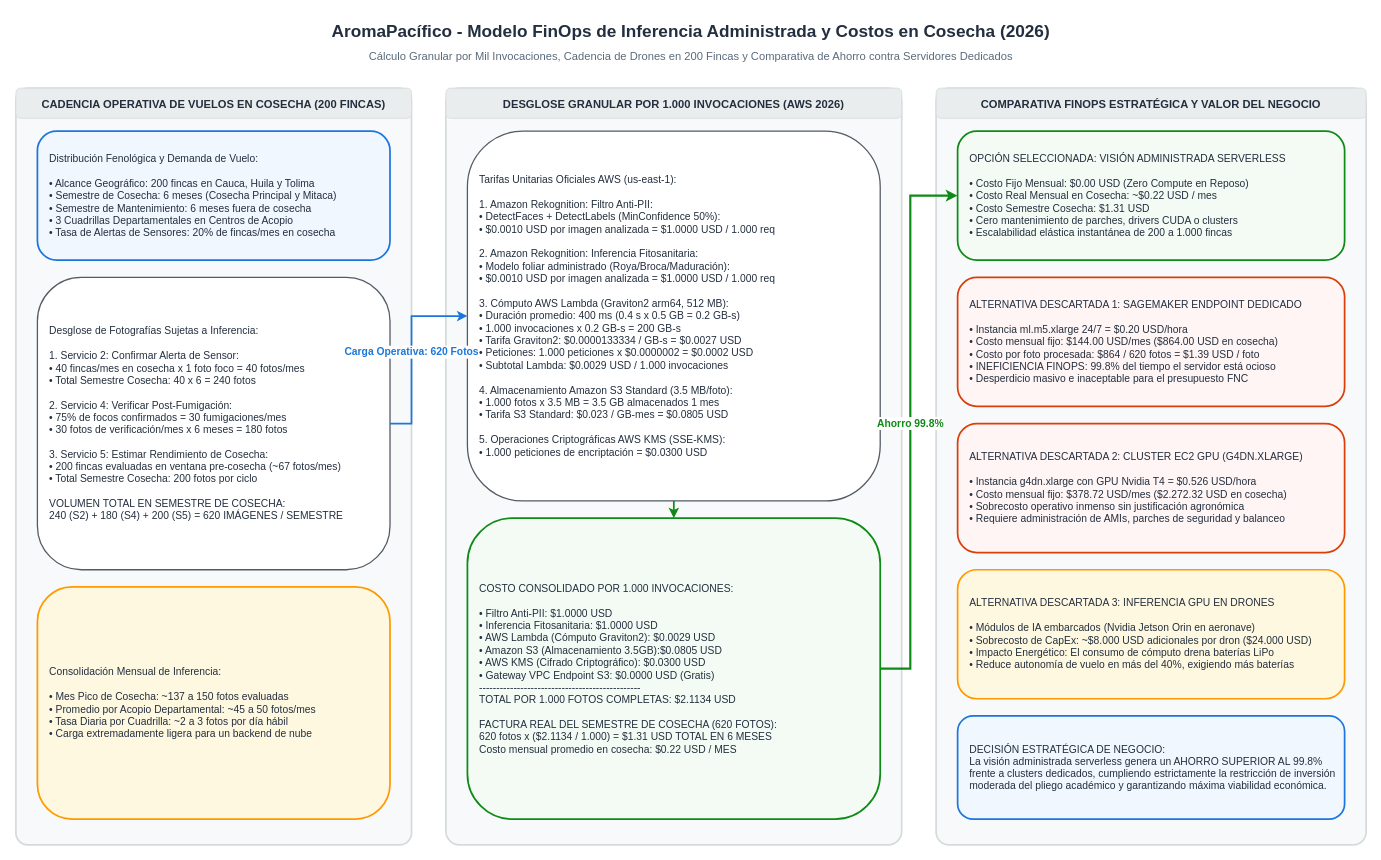
aromapacifico-platform/planning keeps this draw.io diagram as docs/architecture/diagrams/carga-e-inferencia-finops-costos.drawio. Above is the earlier version. Source tidied: cells renumbered, new cells numbered last; positions are measured from the earlier drawing's top-left corner, leaving out a move shared by most shapes. Both pictures are drawn from the tidied source at 86%, with x=0, y=0 at pixel (15, 15).
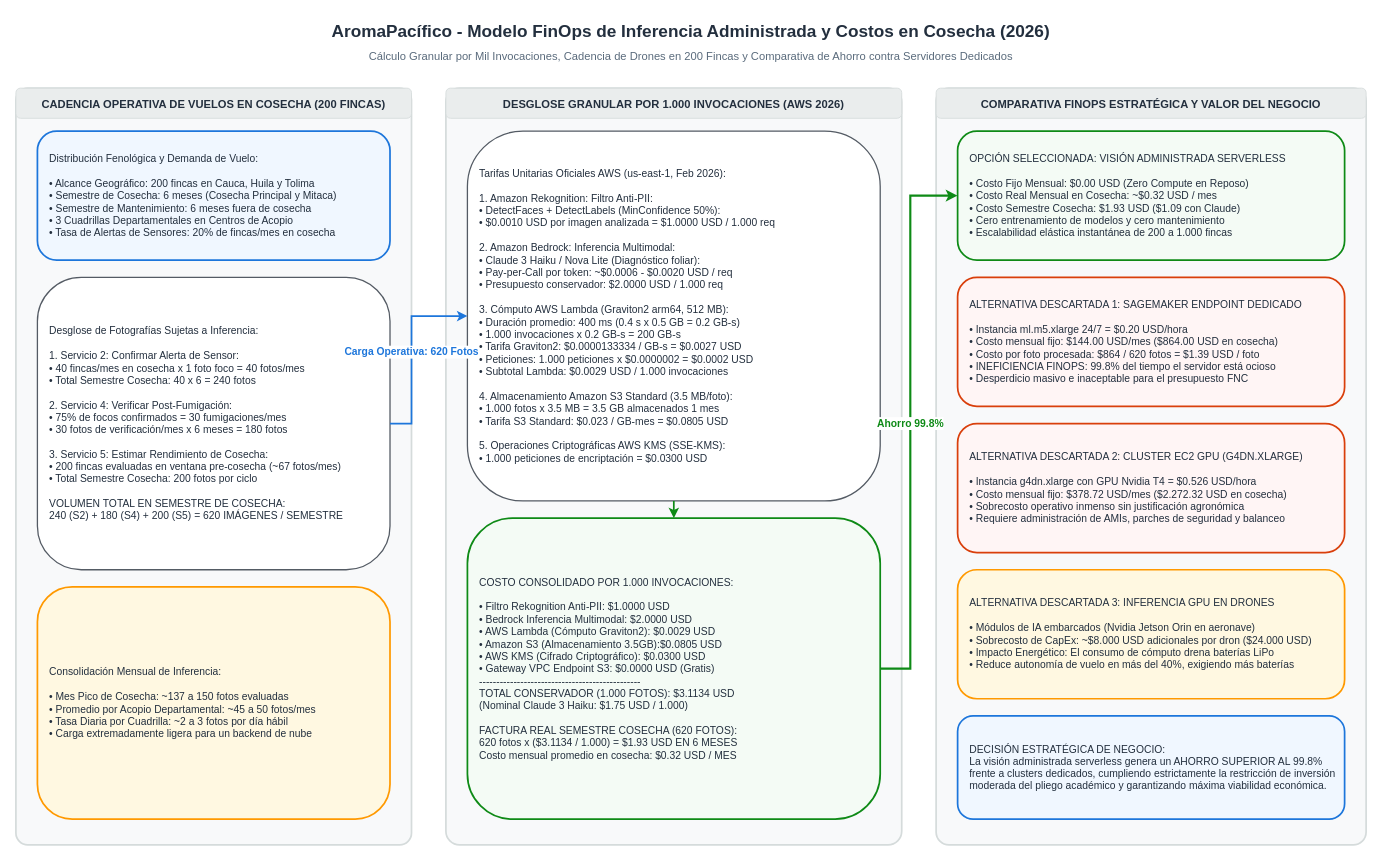
The same diagram, later.

Commit message (it also covers changes not shown here):
fix(diagrams): update finops and inference diagrams to bedrock vision

What changed in the source:
```diff
@@
-    <mxCell id="11" value="Tarifas Unitarias Oficiales AWS (us-east-1):&#10;&#10;1. Amazon Rekognition: Filtro Anti-PII:&#10;   • DetectFaces + DetectLabels (MinConfidence 50%):&#10;   • $0.0010 USD por imagen analizada = $1.0000 USD / 1.000 req&#10;&#10;2. Amazon Rekognition: Inferencia Fitosanitaria:&#10;   • Modelo foliar administrado (Roya/Broca/Maduración):&#10;   • $0.0010 USD por imagen analizada = $1.0000 USD / 1.000 req&#10;&#10;3. Cómputo AWS Lambda (Graviton2 arm64, 512 MB):&#10;   • Duración promedio: 400 ms (0.4 s x 0.5 GB = 0.2 GB-s)&#10;   • 1.000 invocaciones x 0.2 GB-s = 200 GB-s&#10;   • Tarifa Graviton2: $0.0000133334 / GB-s = $0.0027 USD&#10;   • Peticiones: 1.000 peticiones x $0.0000002 = $0.0002 USD&#10;   • Subtotal Lambda: $0.0029 USD / 1.000 invocaciones&#10;&#10;4. Almacenamiento Amazon S3 Standard (3.5 MB/foto):&#10;   • 1.000 fotos x 3.5 MB = 3.5 GB almacenados 1 mes&#10;   • Tarifa S3 Standard: $0.023 / GB-mes = $0.0805 USD&#10;&#10;5. Operaciones Criptográficas AWS KMS (SSE-KMS):&#10;   • 1.000 peticiones de encriptación = $0.0300 USD" style="rounded=1;whiteSpace=wrap;html=1;fillColor=#FFFFFF;strokeColor=#545B64;strokeWidth=1.5;fontSize=12;fontColor=#232F3E;align=left;spacingLeft=12;" parent="1" vertex="1">
+    <mxCell id="11" value="Tarifas Unitarias Oficiales AWS (us-east-1, Feb 2026):&#10;&#10;1. Amazon Rekognition: Filtro Anti-PII:&#10;   • DetectFaces + DetectLabels (MinConfidence 50%):&#10;   • $0.0010 USD por imagen analizada = $1.0000 USD / 1.000 req&#10;&#10;2. Amazon Bedrock: Inferencia Multimodal:&#10;   • Claude 3 Haiku / Nova Lite (Diagnóstico foliar):&#10;   • Pay-per-Call por token: ~$0.0006 - $0.0020 USD / req&#10;   • Presupuesto conservador: $2.0000 USD / 1.000 req&#10;&#10;3. Cómputo AWS Lambda (Graviton2 arm64, 512 MB):&#10;   • Duración promedio: 400 ms (0.4 s x 0.5 GB = 0.2 GB-s)&#10;   • 1.000 invocaciones x 0.2 GB-s = 200 GB-s&#10;   • Tarifa Graviton2: $0.0000133334 / GB-s = $0.0027 USD&#10;   • Peticiones: 1.000 peticiones x $0.0000002 = $0.0002 USD&#10;   • Subtotal Lambda: $0.0029 USD / 1.000 invocaciones&#10;&#10;4. Almacenamiento Amazon S3 Standard (3.5 MB/foto):&#10;   • 1.000 fotos x 3.5 MB = 3.5 GB almacenados 1 mes&#10;   • Tarifa S3 Standard: $0.023 / GB-mes = $0.0805 USD&#10;&#10;5. Operaciones Criptográficas AWS KMS (SSE-KMS):&#10;   • 1.000 peticiones de encriptación = $0.0300 USD" style="rounded=1;whiteSpace=wrap;html=1;fillColor=#FFFFFF;strokeColor=#545B64;strokeWidth=1.5;fontSize=12;fontColor=#232F3E;align=left;spacingLeft=12;" parent="1" vertex="1">
       <mxGeometry x="525" y="135" width="480" height="430" as="geometry" />
     </mxCell>
-    <mxCell id="12" value="COSTO CONSOLIDADO POR 1.000 INVOCACIONES:&#10;&#10;• Filtro Anti-PII:                 $1.0000 USD&#10;• Inferencia Fitosanitaria:        $1.0000 USD&#10;• AWS Lambda (Cómputo Graviton2):  $0.0029 USD&#10;• Amazon S3 (Almacenamiento 3.5GB):$0.0805 USD&#10;• AWS KMS (Cifrado Criptográfico): $0.0300 USD&#10;• Gateway VPC Endpoint S3:         $0.0000 USD (Gratis)&#10;-----------------------------------------------&#10;TOTAL POR 1.000 FOTOS COMPLETAS:   $2.1134 USD&#10;&#10;FACTURA REAL DEL SEMESTRE DE COSECHA (620 FOTOS):&#10;620 fotos x ($2.1134 / 1.000) = $1.31 USD TOTAL EN 6 MESES&#10;Costo mensual promedio en cosecha: $0.22 USD / MES" style="rounded=1;whiteSpace=wrap;html=1;fillColor=#F4FBF5;strokeColor=#0E8A16;strokeWidth=2;fontSize=12;fontColor=#232F3E;align=left;spacingLeft=12;" parent="1" vertex="1">
+    <mxCell id="12" value="COSTO CONSOLIDADO POR 1.000 INVOCACIONES:&#10;&#10;• Filtro Rekognition Anti-PII:     $1.0000 USD&#10;• Bedrock Inferencia Multimodal:   $2.0000 USD&#10;• AWS Lambda (Cómputo Graviton2):  $0.0029 USD&#10;• Amazon S3 (Almacenamiento 3.5GB):$0.0805 USD&#10;• AWS KMS (Cifrado Criptográfico): $0.0300 USD&#10;• Gateway VPC Endpoint S3:         $0.0000 USD (Gratis)&#10;-----------------------------------------------&#10;TOTAL CONSERVADOR (1.000 FOTOS):   $3.1134 USD&#10;(Nominal Claude 3 Haiku: $1.75 USD / 1.000)&#10;&#10;FACTURA REAL SEMESTRE COSECHA (620 FOTOS):&#10;620 fotos x ($3.1134 / 1.000) = $1.93 USD EN 6 MESES&#10;Costo mensual promedio en cosecha: $0.32 USD / MES" style="rounded=1;whiteSpace=wrap;html=1;fillColor=#F4FBF5;strokeColor=#0E8A16;strokeWidth=2;fontSize=12;fontColor=#232F3E;align=left;spacingLeft=12;" parent="1" vertex="1">
       <mxGeometry x="525" y="585" width="480" height="350" as="geometry" />
     </mxCell>
@@
-    <mxCell id="15" value="OPCIÓN SELECCIONADA: VISIÓN ADMINISTRADA SERVERLESS&#10;&#10;• Costo Fijo Mensual: $0.00 USD (Zero Compute en Reposo)&#10;• Costo Real Mensual en Cosecha: ~$0.22 USD / mes&#10;• Costo Semestre Cosecha: $1.31 USD&#10;• Cero mantenimiento de parches, drivers CUDA o clusters&#10;• Escalabilidad elástica instantánea de 200 a 1.000 fincas" style="rounded=1;whiteSpace=wrap;html=1;fillColor=#F4FBF5;strokeColor=#0E8A16;strokeWidth=2;fontSize=12;fontColor=#232F3E;align=left;spacingLeft=12;" parent="1" vertex="1">
+    <mxCell id="15" value="OPCIÓN SELECCIONADA: VISIÓN ADMINISTRADA SERVERLESS&#10;&#10;• Costo Fijo Mensual: $0.00 USD (Zero Compute en Reposo)&#10;• Costo Real Mensual en Cosecha: ~$0.32 USD / mes&#10;• Costo Semestre Cosecha: $1.93 USD ($1.09 con Claude)&#10;• Cero entrenamiento de modelos y cero mantenimiento&#10;• Escalabilidad elástica instantánea de 200 a 1.000 fincas" style="rounded=1;whiteSpace=wrap;html=1;fillColor=#F4FBF5;strokeColor=#0E8A16;strokeWidth=2;fontSize=12;fontColor=#232F3E;align=left;spacingLeft=12;" parent="1" vertex="1">
       <mxGeometry x="1095" y="135" width="450" height="150" as="geometry" />
     </mxCell>
```
